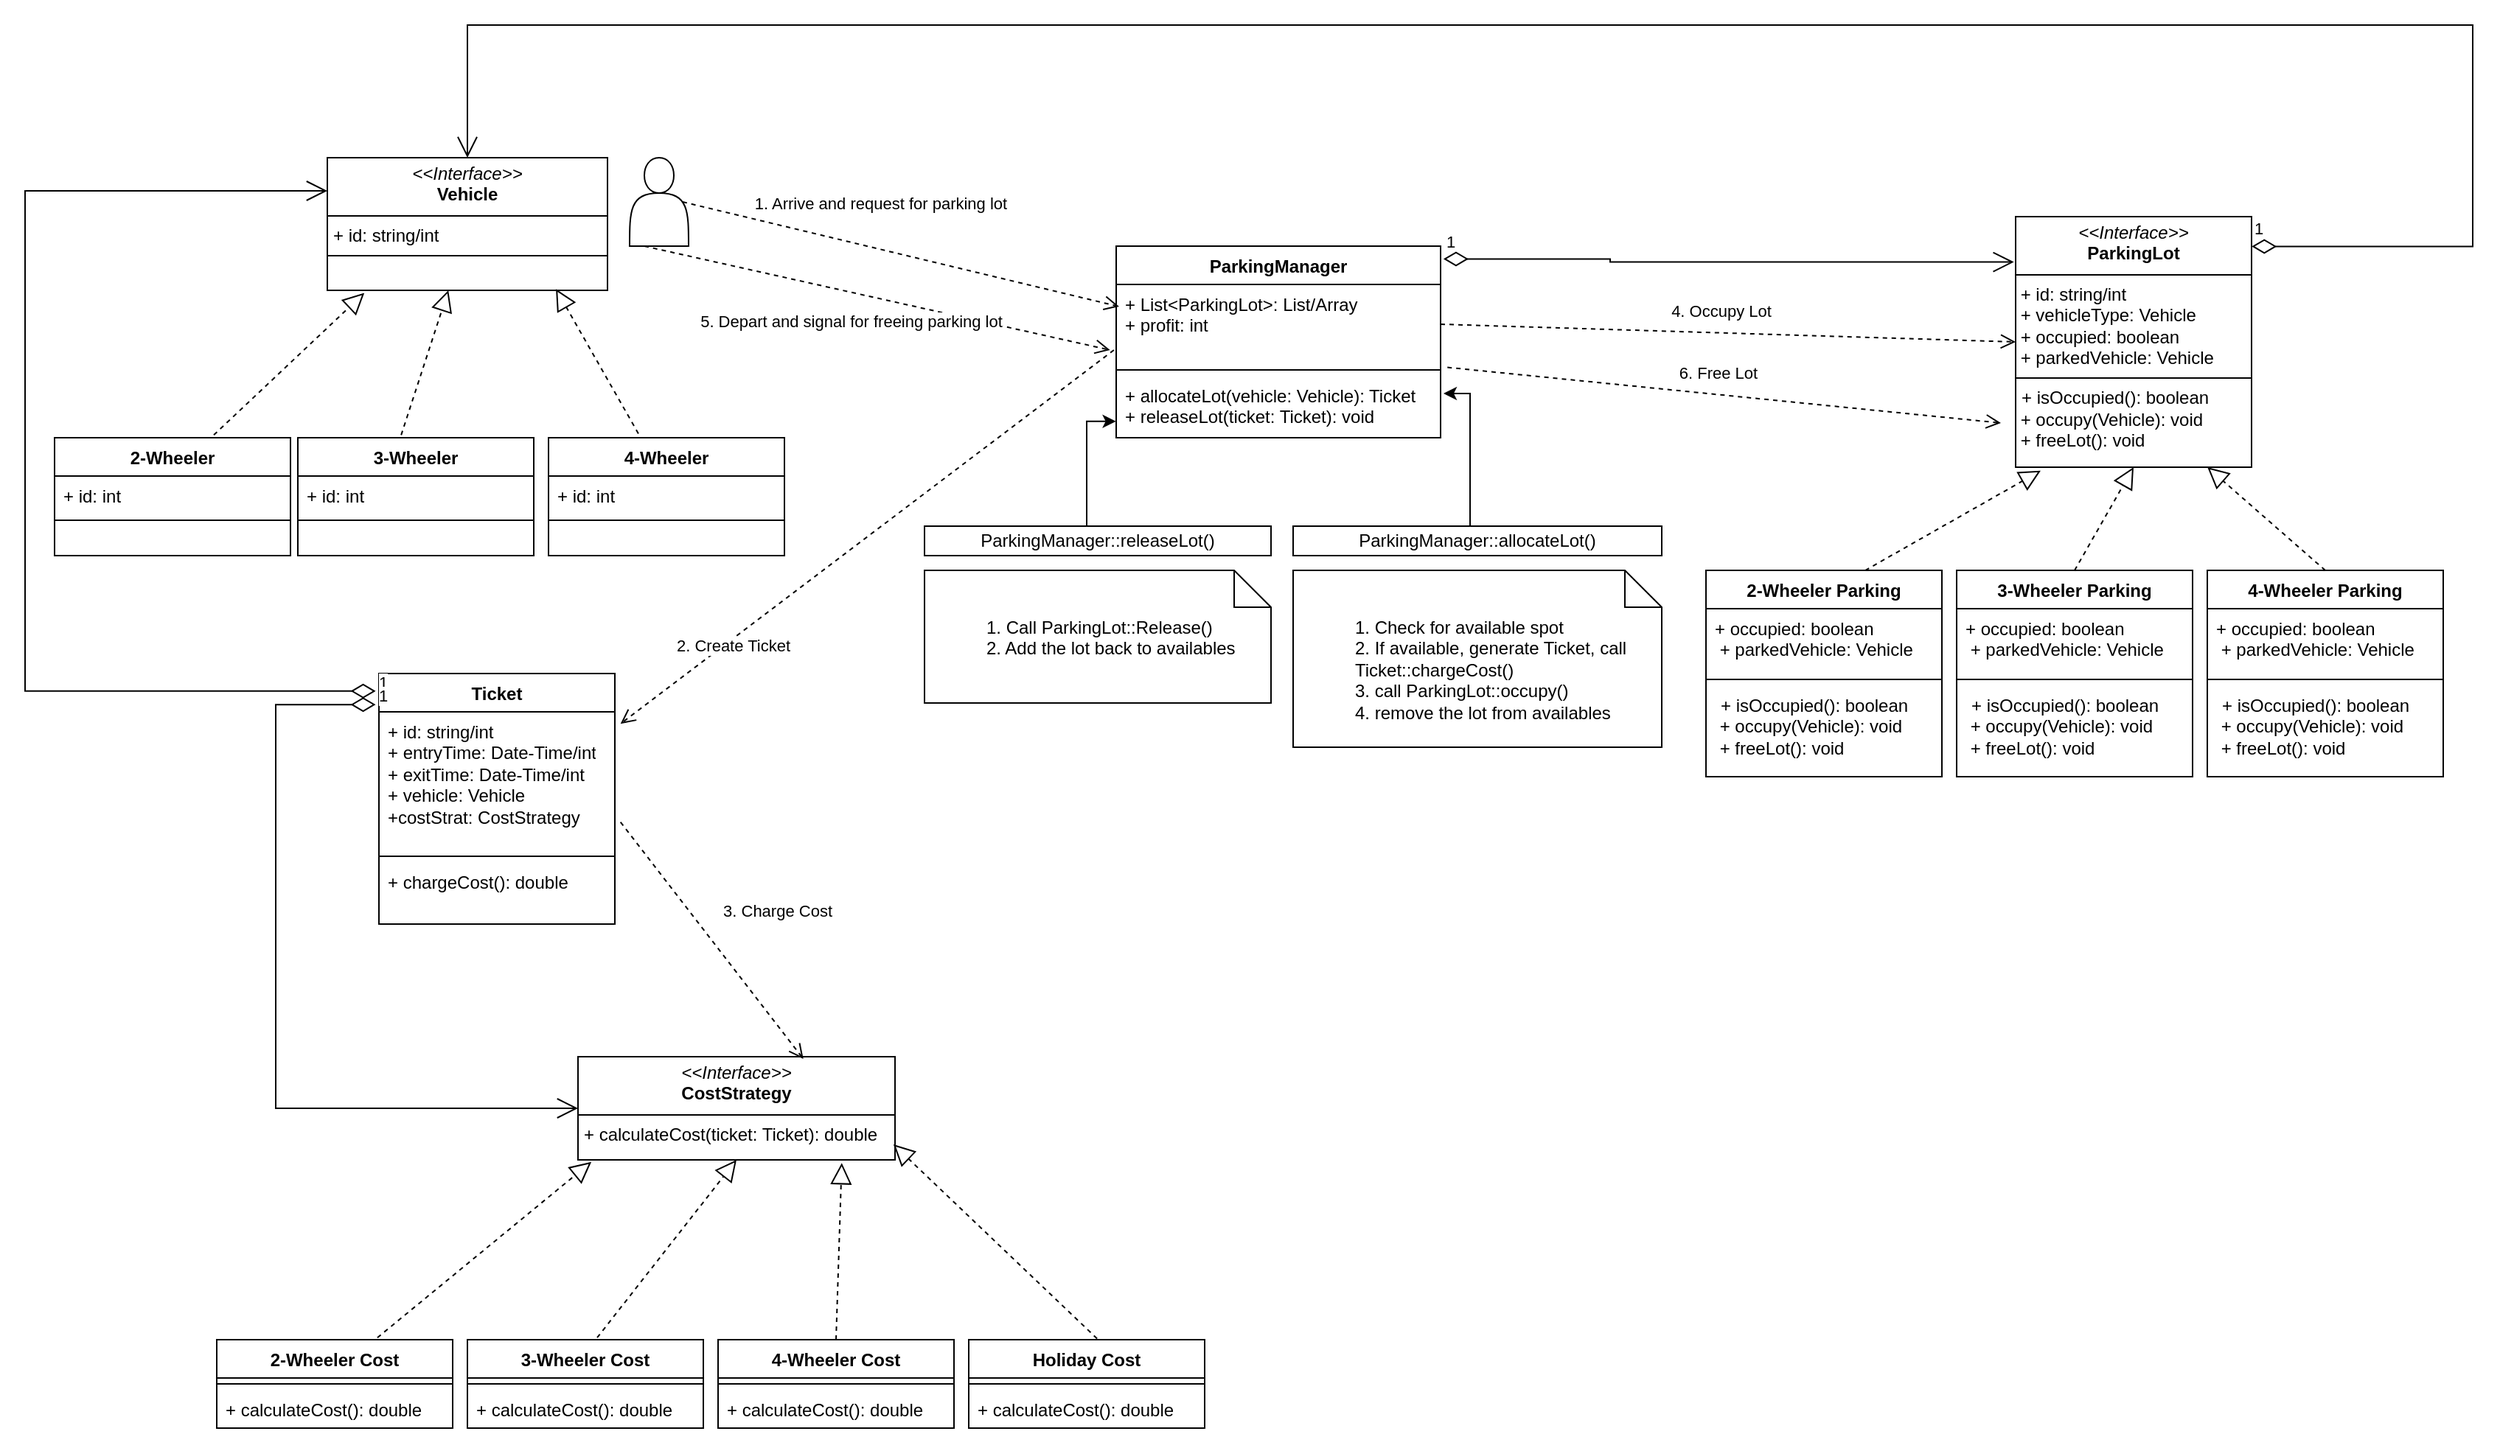
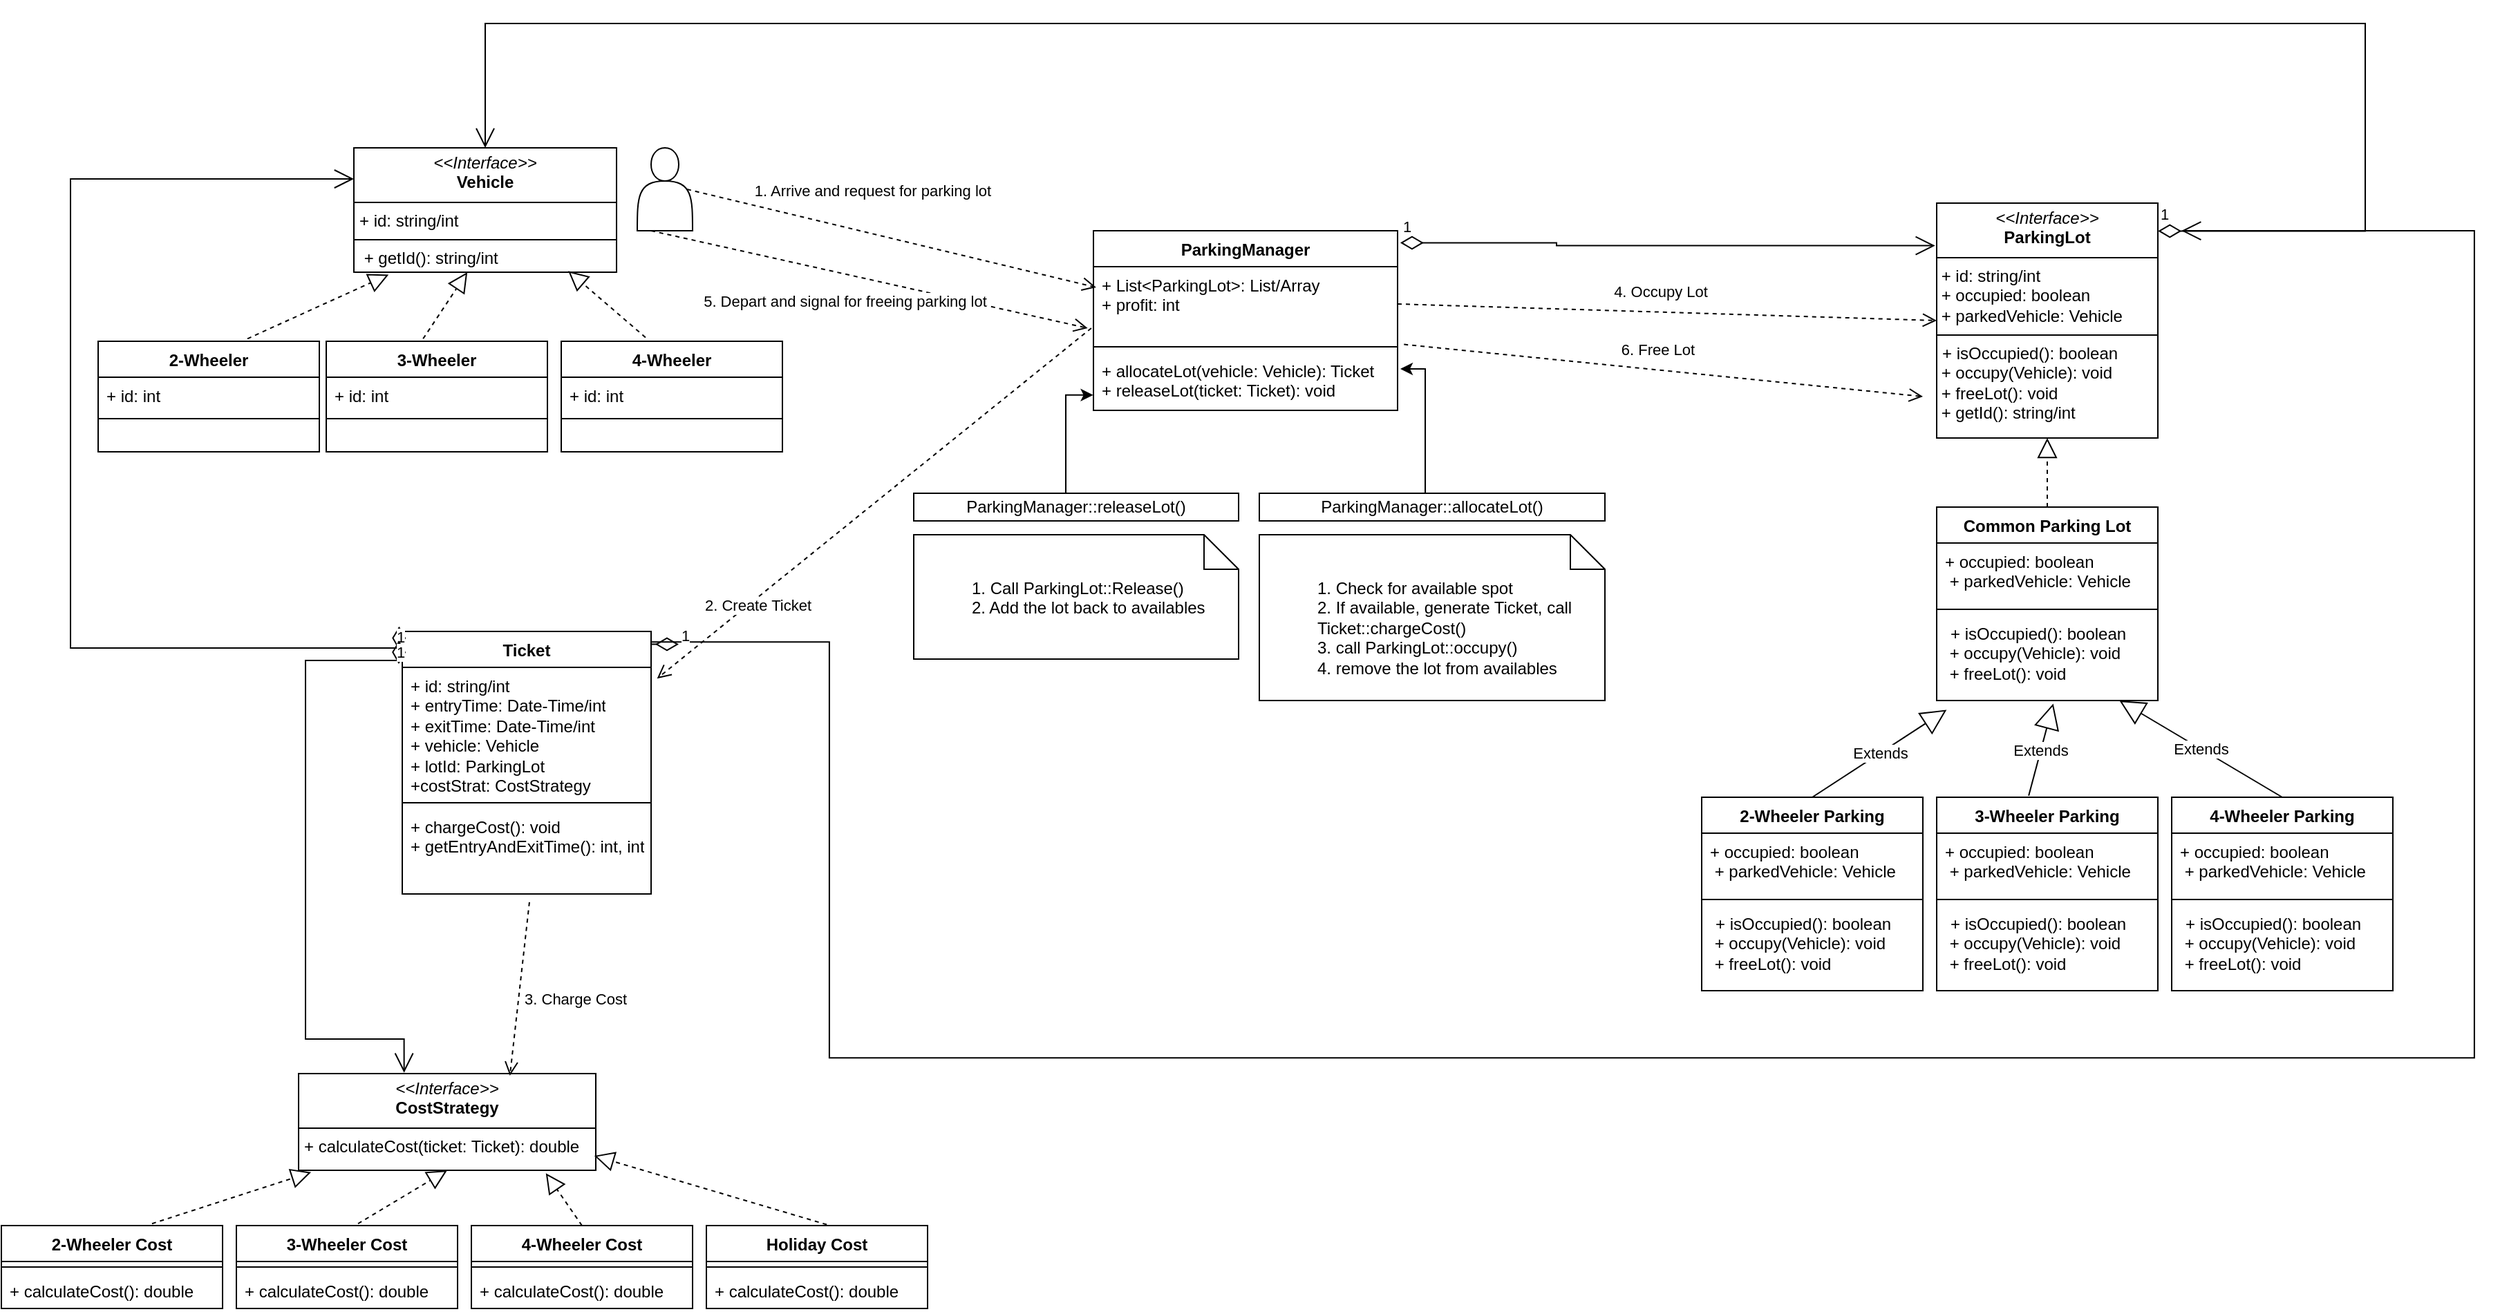
<mxfile host="app.diagrams.net">
  <diagram name="Page-1" id="g5L5pNVNpxwKnNxyoJB_">
-     <mxGraphModel dx="2714" dy="1498" grid="1" gridSize="10" guides="1" tooltips="1" connect="1" arrows="1" fold="1" page="0" pageScale="1" pageWidth="850" pageHeight="1100" math="0" shadow="0">
+     <mxGraphModel dx="2516" dy="1391" grid="1" gridSize="10" guides="1" tooltips="1" connect="1" arrows="1" fold="1" page="0" pageScale="1" pageWidth="850" pageHeight="1100" math="0" shadow="0">
      <root>
        <mxCell id="0" />
        <mxCell id="1" parent="0" />
        <mxCell id="kx-u6qb6rF9cHwR4gxW8-6" parent="1" style="verticalAlign=top;align=left;overflow=fill;html=1;whiteSpace=wrap;" value="&lt;p style=&quot;margin:0px;margin-top:4px;text-align:center;&quot;&gt;&lt;i&gt;&amp;lt;&amp;lt;Interface&amp;gt;&amp;gt;&lt;/i&gt;&lt;br&gt;&lt;b&gt;CostStrategy&lt;/b&gt;&lt;/p&gt;&lt;hr size=&quot;1&quot; style=&quot;border-style:solid;&quot;&gt;&lt;p style=&quot;margin:0px;margin-left:4px;&quot;&gt;+ calculateCost(ticket: Ticket): double&lt;/p&gt;" vertex="1">
-           <mxGeometry height="70" width="215" x="-85" y="570" as="geometry" />
+           <mxGeometry height="70" width="215" x="-295" y="630" as="geometry" />
        </mxCell>
        <mxCell id="kx-u6qb6rF9cHwR4gxW8-7" parent="1" style="swimlane;fontStyle=1;align=center;verticalAlign=top;childLayout=stackLayout;horizontal=1;startSize=26;horizontalStack=0;resizeParent=1;resizeParentMax=0;resizeLast=0;collapsible=1;marginBottom=0;whiteSpace=wrap;html=1;" value="Ticket" vertex="1">
-           <mxGeometry height="170" width="160" x="-220" y="310" as="geometry" />
-         </mxCell>
-         <mxCell id="kx-u6qb6rF9cHwR4gxW8-8" parent="kx-u6qb6rF9cHwR4gxW8-7" style="text;strokeColor=none;fillColor=none;align=left;verticalAlign=top;spacingLeft=4;spacingRight=4;overflow=hidden;rotatable=0;points=[[0,0.5],[1,0.5]];portConstraint=eastwest;whiteSpace=wrap;html=1;" value="&lt;div&gt;+ id: string/int&lt;/div&gt;&lt;div&gt;+ entryTime: Date-Time/int&lt;/div&gt;&lt;div&gt;+ exitTime: Date-Time/int&lt;/div&gt;+ vehicle: Vehicle&lt;div&gt;+costStrat: CostStrategy&lt;/div&gt;" vertex="1">
-           <mxGeometry height="94" width="160" y="26" as="geometry" />
+           <mxGeometry height="190" width="180" x="-220" y="310" as="geometry" />
+         </mxCell>
+         <mxCell id="kx-u6qb6rF9cHwR4gxW8-8" parent="kx-u6qb6rF9cHwR4gxW8-7" style="text;strokeColor=none;fillColor=none;align=left;verticalAlign=top;spacingLeft=4;spacingRight=4;overflow=hidden;rotatable=0;points=[[0,0.5],[1,0.5]];portConstraint=eastwest;whiteSpace=wrap;html=1;" value="&lt;div&gt;+ id: string/int&lt;/div&gt;&lt;div&gt;+ entryTime: Date-Time/int&lt;/div&gt;&lt;div&gt;+ exitTime: Date-Time/int&lt;/div&gt;+ vehicle: Vehicle&lt;div&gt;+ lotId: ParkingLot&lt;br&gt;&lt;div&gt;+costStrat: CostStrategy&lt;/div&gt;&lt;/div&gt;" vertex="1">
+           <mxGeometry height="94" width="180" y="26" as="geometry" />
        </mxCell>
        <mxCell id="kx-u6qb6rF9cHwR4gxW8-9" parent="kx-u6qb6rF9cHwR4gxW8-7" style="line;strokeWidth=1;fillColor=none;align=left;verticalAlign=middle;spacingTop=-1;spacingLeft=3;spacingRight=3;rotatable=0;labelPosition=right;points=[];portConstraint=eastwest;strokeColor=inherit;" value="" vertex="1">
-           <mxGeometry height="8" width="160" y="120" as="geometry" />
-         </mxCell>
-         <mxCell id="kx-u6qb6rF9cHwR4gxW8-10" parent="kx-u6qb6rF9cHwR4gxW8-7" style="text;strokeColor=none;fillColor=none;align=left;verticalAlign=top;spacingLeft=4;spacingRight=4;overflow=hidden;rotatable=0;points=[[0,0.5],[1,0.5]];portConstraint=eastwest;whiteSpace=wrap;html=1;" value="+ chargeCost(): double" vertex="1">
-           <mxGeometry height="42" width="160" y="128" as="geometry" />
+           <mxGeometry height="8" width="180" y="120" as="geometry" />
+         </mxCell>
+         <mxCell id="kx-u6qb6rF9cHwR4gxW8-10" parent="kx-u6qb6rF9cHwR4gxW8-7" style="text;strokeColor=none;fillColor=none;align=left;verticalAlign=top;spacingLeft=4;spacingRight=4;overflow=hidden;rotatable=0;points=[[0,0.5],[1,0.5]];portConstraint=eastwest;whiteSpace=wrap;html=1;" value="+ chargeCost(): void&lt;div&gt;+ getEntryAndExitTime(): int, int&lt;/div&gt;" vertex="1">
+           <mxGeometry height="62" width="180" y="128" as="geometry" />
        </mxCell>
        <mxCell id="kx-u6qb6rF9cHwR4gxW8-11" parent="1" style="swimlane;fontStyle=1;align=center;verticalAlign=top;childLayout=stackLayout;horizontal=1;startSize=26;horizontalStack=0;resizeParent=1;resizeParentMax=0;resizeLast=0;collapsible=1;marginBottom=0;whiteSpace=wrap;html=1;" value="ParkingManager" vertex="1">
          <mxGeometry height="130" width="220" x="280" y="20" as="geometry" />
        </mxCell>
        <mxCell id="kx-u6qb6rF9cHwR4gxW8-12" parent="kx-u6qb6rF9cHwR4gxW8-11" style="text;strokeColor=none;fillColor=none;align=left;verticalAlign=top;spacingLeft=4;spacingRight=4;overflow=hidden;rotatable=0;points=[[0,0.5],[1,0.5]];portConstraint=eastwest;whiteSpace=wrap;html=1;" value="+ List&amp;lt;ParkingLot&amp;gt;: List/Array&lt;div&gt;+ profit: int&lt;/div&gt;" vertex="1">
          <mxGeometry height="54" width="220" y="26" as="geometry" />
        </mxCell>
        <mxCell id="kx-u6qb6rF9cHwR4gxW8-13" parent="kx-u6qb6rF9cHwR4gxW8-11" style="line;strokeWidth=1;fillColor=none;align=left;verticalAlign=middle;spacingTop=-1;spacingLeft=3;spacingRight=3;rotatable=0;labelPosition=right;points=[];portConstraint=eastwest;strokeColor=inherit;" value="" vertex="1">
          <mxGeometry height="8" width="220" y="80" as="geometry" />
        </mxCell>
        <mxCell id="kx-u6qb6rF9cHwR4gxW8-14" parent="kx-u6qb6rF9cHwR4gxW8-11" style="text;strokeColor=none;fillColor=none;align=left;verticalAlign=top;spacingLeft=4;spacingRight=4;overflow=hidden;rotatable=0;points=[[0,0.5],[1,0.5]];portConstraint=eastwest;whiteSpace=wrap;html=1;" value="+ allocateLot(vehicle: Vehicle): Ticket&lt;div&gt;+ releaseLot(ticket: Ticket): void&lt;/div&gt;" vertex="1">
          <mxGeometry height="42" width="220" y="88" as="geometry" />
        </mxCell>
-         <mxCell id="kx-u6qb6rF9cHwR4gxW8-15" parent="1" style="verticalAlign=top;align=left;overflow=fill;html=1;whiteSpace=wrap;" value="&lt;p style=&quot;margin:0px;margin-top:4px;text-align:center;&quot;&gt;&lt;i&gt;&amp;lt;&amp;lt;Interface&amp;gt;&amp;gt;&lt;/i&gt;&lt;br&gt;&lt;b&gt;Vehicle&lt;/b&gt;&lt;/p&gt;&lt;hr size=&quot;1&quot; style=&quot;border-style:solid;&quot;&gt;&lt;p style=&quot;margin:0px;margin-left:4px;&quot;&gt;+ id: string/int&lt;/p&gt;&lt;hr size=&quot;1&quot; style=&quot;border-style:solid;&quot;&gt;&lt;p style=&quot;margin:0px;margin-left:4px;&quot;&gt;&lt;br&gt;&lt;/p&gt;" vertex="1">
+         <mxCell id="kx-u6qb6rF9cHwR4gxW8-15" parent="1" style="verticalAlign=top;align=left;overflow=fill;html=1;whiteSpace=wrap;" value="&lt;p style=&quot;margin:0px;margin-top:4px;text-align:center;&quot;&gt;&lt;i&gt;&amp;lt;&amp;lt;Interface&amp;gt;&amp;gt;&lt;/i&gt;&lt;br&gt;&lt;b&gt;Vehicle&lt;/b&gt;&lt;/p&gt;&lt;hr size=&quot;1&quot; style=&quot;border-style:solid;&quot;&gt;&lt;p style=&quot;margin:0px;margin-left:4px;&quot;&gt;+ id: string/int&lt;/p&gt;&lt;hr size=&quot;1&quot; style=&quot;border-style:solid;&quot;&gt;&lt;p style=&quot;margin:0px;margin-left:4px;&quot;&gt;&amp;nbsp;+ getId(): string/int&lt;/p&gt;" vertex="1">
          <mxGeometry height="90" width="190" x="-255" y="-40" as="geometry" />
        </mxCell>
        <mxCell id="kx-u6qb6rF9cHwR4gxW8-16" parent="1" style="swimlane;fontStyle=1;align=center;verticalAlign=top;childLayout=stackLayout;horizontal=1;startSize=26;horizontalStack=0;resizeParent=1;resizeParentMax=0;resizeLast=0;collapsible=1;marginBottom=0;whiteSpace=wrap;html=1;" value="2-Wheeler" vertex="1">
-           <mxGeometry height="80" width="160" x="-440" y="150" as="geometry" />
+           <mxGeometry height="80" width="160" x="-440" y="100" as="geometry" />
        </mxCell>
        <mxCell id="kx-u6qb6rF9cHwR4gxW8-17" parent="kx-u6qb6rF9cHwR4gxW8-16" style="text;strokeColor=none;fillColor=none;align=left;verticalAlign=top;spacingLeft=4;spacingRight=4;overflow=hidden;rotatable=0;points=[[0,0.5],[1,0.5]];portConstraint=eastwest;whiteSpace=wrap;html=1;" value="+ id: int" vertex="1">
          <mxGeometry height="26" width="160" y="26" as="geometry" />
        </mxCell>
        <mxCell id="kx-u6qb6rF9cHwR4gxW8-18" parent="kx-u6qb6rF9cHwR4gxW8-16" style="line;strokeWidth=1;fillColor=none;align=left;verticalAlign=middle;spacingTop=-1;spacingLeft=3;spacingRight=3;rotatable=0;labelPosition=right;points=[];portConstraint=eastwest;strokeColor=inherit;" value="" vertex="1">
          <mxGeometry height="8" width="160" y="52" as="geometry" />
        </mxCell>
        <mxCell id="kx-u6qb6rF9cHwR4gxW8-19" parent="kx-u6qb6rF9cHwR4gxW8-16" style="text;strokeColor=none;fillColor=none;align=left;verticalAlign=top;spacingLeft=4;spacingRight=4;overflow=hidden;rotatable=0;points=[[0,0.5],[1,0.5]];portConstraint=eastwest;whiteSpace=wrap;html=1;" value="&lt;p style=&quot;margin: 0px 0px 0px 4px;&quot;&gt;&lt;br&gt;&lt;/p&gt;" vertex="1">
          <mxGeometry height="20" width="160" y="60" as="geometry" />
        </mxCell>
        <mxCell id="kx-u6qb6rF9cHwR4gxW8-20" parent="1" style="swimlane;fontStyle=1;align=center;verticalAlign=top;childLayout=stackLayout;horizontal=1;startSize=26;horizontalStack=0;resizeParent=1;resizeParentMax=0;resizeLast=0;collapsible=1;marginBottom=0;whiteSpace=wrap;html=1;" value="3-Wheeler" vertex="1">
-           <mxGeometry height="80" width="160" x="-275" y="150" as="geometry" />
+           <mxGeometry height="80" width="160" x="-275" y="100" as="geometry" />
        </mxCell>
        <mxCell id="kx-u6qb6rF9cHwR4gxW8-21" parent="kx-u6qb6rF9cHwR4gxW8-20" style="text;strokeColor=none;fillColor=none;align=left;verticalAlign=top;spacingLeft=4;spacingRight=4;overflow=hidden;rotatable=0;points=[[0,0.5],[1,0.5]];portConstraint=eastwest;whiteSpace=wrap;html=1;" value="+ id: int" vertex="1">
          <mxGeometry height="26" width="160" y="26" as="geometry" />
        </mxCell>
        <mxCell id="kx-u6qb6rF9cHwR4gxW8-22" parent="kx-u6qb6rF9cHwR4gxW8-20" style="line;strokeWidth=1;fillColor=none;align=left;verticalAlign=middle;spacingTop=-1;spacingLeft=3;spacingRight=3;rotatable=0;labelPosition=right;points=[];portConstraint=eastwest;strokeColor=inherit;" value="" vertex="1">
          <mxGeometry height="8" width="160" y="52" as="geometry" />
        </mxCell>
        <mxCell id="kx-u6qb6rF9cHwR4gxW8-23" parent="kx-u6qb6rF9cHwR4gxW8-20" style="text;strokeColor=none;fillColor=none;align=left;verticalAlign=top;spacingLeft=4;spacingRight=4;overflow=hidden;rotatable=0;points=[[0,0.5],[1,0.5]];portConstraint=eastwest;whiteSpace=wrap;html=1;" value="&lt;p style=&quot;margin: 0px 0px 0px 4px;&quot;&gt;&lt;br&gt;&lt;/p&gt;" vertex="1">
          <mxGeometry height="20" width="160" y="60" as="geometry" />
        </mxCell>
        <mxCell id="kx-u6qb6rF9cHwR4gxW8-24" parent="1" style="swimlane;fontStyle=1;align=center;verticalAlign=top;childLayout=stackLayout;horizontal=1;startSize=26;horizontalStack=0;resizeParent=1;resizeParentMax=0;resizeLast=0;collapsible=1;marginBottom=0;whiteSpace=wrap;html=1;" value="4-Wheeler" vertex="1">
-           <mxGeometry height="80" width="160" x="-105" y="150" as="geometry" />
+           <mxGeometry height="80" width="160" x="-105" y="100" as="geometry" />
        </mxCell>
        <mxCell id="kx-u6qb6rF9cHwR4gxW8-25" parent="kx-u6qb6rF9cHwR4gxW8-24" style="text;strokeColor=none;fillColor=none;align=left;verticalAlign=top;spacingLeft=4;spacingRight=4;overflow=hidden;rotatable=0;points=[[0,0.5],[1,0.5]];portConstraint=eastwest;whiteSpace=wrap;html=1;" value="+ id: int" vertex="1">
          <mxGeometry height="26" width="160" y="26" as="geometry" />
        </mxCell>
        <mxCell id="kx-u6qb6rF9cHwR4gxW8-26" parent="kx-u6qb6rF9cHwR4gxW8-24" style="line;strokeWidth=1;fillColor=none;align=left;verticalAlign=middle;spacingTop=-1;spacingLeft=3;spacingRight=3;rotatable=0;labelPosition=right;points=[];portConstraint=eastwest;strokeColor=inherit;" value="" vertex="1">
          <mxGeometry height="8" width="160" y="52" as="geometry" />
        </mxCell>
        <mxCell id="kx-u6qb6rF9cHwR4gxW8-27" parent="kx-u6qb6rF9cHwR4gxW8-24" style="text;strokeColor=none;fillColor=none;align=left;verticalAlign=top;spacingLeft=4;spacingRight=4;overflow=hidden;rotatable=0;points=[[0,0.5],[1,0.5]];portConstraint=eastwest;whiteSpace=wrap;html=1;" value="&lt;p style=&quot;margin: 0px 0px 0px 4px;&quot;&gt;&lt;br&gt;&lt;/p&gt;" vertex="1">
          <mxGeometry height="20" width="160" y="60" as="geometry" />
        </mxCell>
        <mxCell id="kx-u6qb6rF9cHwR4gxW8-32" parent="1" style="swimlane;fontStyle=1;align=center;verticalAlign=top;childLayout=stackLayout;horizontal=1;startSize=26;horizontalStack=0;resizeParent=1;resizeParentMax=0;resizeLast=0;collapsible=1;marginBottom=0;whiteSpace=wrap;html=1;" value="2-Wheeler Cost" vertex="1">
-           <mxGeometry height="60" width="160" x="-330" y="762" as="geometry" />
+           <mxGeometry height="60" width="160" x="-510" y="740" as="geometry" />
        </mxCell>
        <mxCell id="kx-u6qb6rF9cHwR4gxW8-34" parent="kx-u6qb6rF9cHwR4gxW8-32" style="line;strokeWidth=1;fillColor=none;align=left;verticalAlign=middle;spacingTop=-1;spacingLeft=3;spacingRight=3;rotatable=0;labelPosition=right;points=[];portConstraint=eastwest;strokeColor=inherit;" value="" vertex="1">
          <mxGeometry height="8" width="160" y="26" as="geometry" />
        </mxCell>
        <mxCell id="kx-u6qb6rF9cHwR4gxW8-35" parent="kx-u6qb6rF9cHwR4gxW8-32" style="text;strokeColor=none;fillColor=none;align=left;verticalAlign=top;spacingLeft=4;spacingRight=4;overflow=hidden;rotatable=0;points=[[0,0.5],[1,0.5]];portConstraint=eastwest;whiteSpace=wrap;html=1;" value="+ calculateCost(): double" vertex="1">
          <mxGeometry height="26" width="160" y="34" as="geometry" />
        </mxCell>
        <mxCell id="kx-u6qb6rF9cHwR4gxW8-36" parent="1" style="swimlane;fontStyle=1;align=center;verticalAlign=top;childLayout=stackLayout;horizontal=1;startSize=26;horizontalStack=0;resizeParent=1;resizeParentMax=0;resizeLast=0;collapsible=1;marginBottom=0;whiteSpace=wrap;html=1;" value="3-Wheeler Cost" vertex="1">
-           <mxGeometry height="60" width="160" x="-160" y="762" as="geometry" />
+           <mxGeometry height="60" width="160" x="-340" y="740" as="geometry" />
        </mxCell>
        <mxCell id="kx-u6qb6rF9cHwR4gxW8-38" parent="kx-u6qb6rF9cHwR4gxW8-36" style="line;strokeWidth=1;fillColor=none;align=left;verticalAlign=middle;spacingTop=-1;spacingLeft=3;spacingRight=3;rotatable=0;labelPosition=right;points=[];portConstraint=eastwest;strokeColor=inherit;" value="" vertex="1">
          <mxGeometry height="8" width="160" y="26" as="geometry" />
        </mxCell>
        <mxCell id="kx-u6qb6rF9cHwR4gxW8-39" parent="kx-u6qb6rF9cHwR4gxW8-36" style="text;strokeColor=none;fillColor=none;align=left;verticalAlign=top;spacingLeft=4;spacingRight=4;overflow=hidden;rotatable=0;points=[[0,0.5],[1,0.5]];portConstraint=eastwest;whiteSpace=wrap;html=1;" value="+ calculateCost(): double" vertex="1">
          <mxGeometry height="26" width="160" y="34" as="geometry" />
        </mxCell>
        <mxCell id="kx-u6qb6rF9cHwR4gxW8-40" parent="1" style="swimlane;fontStyle=1;align=center;verticalAlign=top;childLayout=stackLayout;horizontal=1;startSize=26;horizontalStack=0;resizeParent=1;resizeParentMax=0;resizeLast=0;collapsible=1;marginBottom=0;whiteSpace=wrap;html=1;" value="4-Wheeler Cost" vertex="1">
-           <mxGeometry height="60" width="160" x="10" y="762" as="geometry" />
+           <mxGeometry height="60" width="160" x="-170" y="740" as="geometry" />
        </mxCell>
        <mxCell id="kx-u6qb6rF9cHwR4gxW8-42" parent="kx-u6qb6rF9cHwR4gxW8-40" style="line;strokeWidth=1;fillColor=none;align=left;verticalAlign=middle;spacingTop=-1;spacingLeft=3;spacingRight=3;rotatable=0;labelPosition=right;points=[];portConstraint=eastwest;strokeColor=inherit;" value="" vertex="1">
          <mxGeometry height="8" width="160" y="26" as="geometry" />
        </mxCell>
        <mxCell id="kx-u6qb6rF9cHwR4gxW8-43" parent="kx-u6qb6rF9cHwR4gxW8-40" style="text;strokeColor=none;fillColor=none;align=left;verticalAlign=top;spacingLeft=4;spacingRight=4;overflow=hidden;rotatable=0;points=[[0,0.5],[1,0.5]];portConstraint=eastwest;whiteSpace=wrap;html=1;" value="+ calculateCost(): double" vertex="1">
          <mxGeometry height="26" width="160" y="34" as="geometry" />
        </mxCell>
        <mxCell id="kx-u6qb6rF9cHwR4gxW8-47" edge="1" parent="1" source="kx-u6qb6rF9cHwR4gxW8-16" style="endArrow=block;dashed=1;endFill=0;endSize=12;html=1;rounded=0;exitX=0.675;exitY=-0.023;exitDx=0;exitDy=0;exitPerimeter=0;entryX=0.132;entryY=1.02;entryDx=0;entryDy=0;entryPerimeter=0;" target="kx-u6qb6rF9cHwR4gxW8-15" value="">
          <mxGeometry relative="1" width="160" as="geometry">
            <Array as="points" />
            <mxPoint x="-400" y="110" as="sourcePoint" />
            <mxPoint x="-240" y="110" as="targetPoint" />
          </mxGeometry>
        </mxCell>
        <mxCell id="kx-u6qb6rF9cHwR4gxW8-48" edge="1" parent="1" source="kx-u6qb6rF9cHwR4gxW8-20" style="endArrow=block;dashed=1;endFill=0;endSize=12;html=1;rounded=0;exitX=0.438;exitY=-0.023;exitDx=0;exitDy=0;exitPerimeter=0;entryX=0.432;entryY=1;entryDx=0;entryDy=0;entryPerimeter=0;" target="kx-u6qb6rF9cHwR4gxW8-15" value="">
          <mxGeometry relative="1" width="160" as="geometry">
            <Array as="points" />
            <mxPoint x="-260" y="168" as="sourcePoint" />
            <mxPoint x="-193" y="80" as="targetPoint" />
          </mxGeometry>
        </mxCell>
        <mxCell id="kx-u6qb6rF9cHwR4gxW8-49" edge="1" parent="1" source="kx-u6qb6rF9cHwR4gxW8-24" style="endArrow=block;dashed=1;endFill=0;endSize=12;html=1;rounded=0;exitX=0.381;exitY=-0.035;exitDx=0;exitDy=0;exitPerimeter=0;entryX=0.816;entryY=0.99;entryDx=0;entryDy=0;entryPerimeter=0;" target="kx-u6qb6rF9cHwR4gxW8-15" value="">
          <mxGeometry relative="1" width="160" as="geometry">
            <Array as="points" />
            <mxPoint x="-100" y="158" as="sourcePoint" />
            <mxPoint x="-33" y="70" as="targetPoint" />
          </mxGeometry>
        </mxCell>
        <mxCell id="kx-u6qb6rF9cHwR4gxW8-50" edge="1" parent="1" source="kx-u6qb6rF9cHwR4gxW8-32" style="endArrow=block;dashed=1;endFill=0;endSize=12;html=1;rounded=0;exitX=0.681;exitY=-0.023;exitDx=0;exitDy=0;exitPerimeter=0;entryX=0.042;entryY=1.02;entryDx=0;entryDy=0;entryPerimeter=0;" target="kx-u6qb6rF9cHwR4gxW8-6" value="">
          <mxGeometry relative="1" width="160" as="geometry">
            <Array as="points" />
-             <mxPoint x="-117" y="758" as="sourcePoint" />
-             <mxPoint x="-50" y="670" as="targetPoint" />
+             <mxPoint x="-327" y="818" as="sourcePoint" />
+             <mxPoint x="-260" y="730" as="targetPoint" />
          </mxGeometry>
        </mxCell>
        <mxCell id="kx-u6qb6rF9cHwR4gxW8-53" edge="1" parent="1" source="kx-u6qb6rF9cHwR4gxW8-36" style="endArrow=block;dashed=1;endFill=0;endSize=12;html=1;rounded=0;exitX=0.55;exitY=-0.023;exitDx=0;exitDy=0;exitPerimeter=0;entryX=0.5;entryY=1;entryDx=0;entryDy=0;" target="kx-u6qb6rF9cHwR4gxW8-6" value="">
          <mxGeometry relative="1" width="160" as="geometry">
            <Array as="points" />
-             <mxPoint x="-50" y="756" as="sourcePoint" />
-             <mxPoint x="39" y="670" as="targetPoint" />
+             <mxPoint x="-260" y="816" as="sourcePoint" />
+             <mxPoint x="-171" y="730" as="targetPoint" />
          </mxGeometry>
        </mxCell>
        <mxCell id="kx-u6qb6rF9cHwR4gxW8-54" edge="1" parent="1" source="kx-u6qb6rF9cHwR4gxW8-40" style="endArrow=block;dashed=1;endFill=0;endSize=12;html=1;rounded=0;exitX=0.5;exitY=0;exitDx=0;exitDy=0;entryX=0.832;entryY=1.03;entryDx=0;entryDy=0;entryPerimeter=0;" target="kx-u6qb6rF9cHwR4gxW8-6" value="">
          <mxGeometry relative="1" width="160" as="geometry">
            <Array as="points" />
-             <mxPoint x="130" y="768" as="sourcePoint" />
-             <mxPoint x="219" y="682" as="targetPoint" />
+             <mxPoint x="-80" y="828" as="sourcePoint" />
+             <mxPoint x="9" y="742" as="targetPoint" />
          </mxGeometry>
        </mxCell>
        <mxCell id="kx-u6qb6rF9cHwR4gxW8-59" parent="1" style="swimlane;fontStyle=1;align=center;verticalAlign=top;childLayout=stackLayout;horizontal=1;startSize=26;horizontalStack=0;resizeParent=1;resizeParentMax=0;resizeLast=0;collapsible=1;marginBottom=0;whiteSpace=wrap;html=1;" value="Holiday Cost" vertex="1">
-           <mxGeometry height="60" width="160" x="180" y="762" as="geometry" />
+           <mxGeometry height="60" width="160" y="740" as="geometry" />
        </mxCell>
        <mxCell id="kx-u6qb6rF9cHwR4gxW8-61" parent="kx-u6qb6rF9cHwR4gxW8-59" style="line;strokeWidth=1;fillColor=none;align=left;verticalAlign=middle;spacingTop=-1;spacingLeft=3;spacingRight=3;rotatable=0;labelPosition=right;points=[];portConstraint=eastwest;strokeColor=inherit;" value="" vertex="1">
          <mxGeometry height="8" width="160" y="26" as="geometry" />
        </mxCell>
        <mxCell id="kx-u6qb6rF9cHwR4gxW8-62" parent="kx-u6qb6rF9cHwR4gxW8-59" style="text;strokeColor=none;fillColor=none;align=left;verticalAlign=top;spacingLeft=4;spacingRight=4;overflow=hidden;rotatable=0;points=[[0,0.5],[1,0.5]];portConstraint=eastwest;whiteSpace=wrap;html=1;" value="+ calculateCost(): double" vertex="1">
          <mxGeometry height="26" width="160" y="34" as="geometry" />
        </mxCell>
        <mxCell id="kx-u6qb6rF9cHwR4gxW8-63" edge="1" parent="1" source="kx-u6qb6rF9cHwR4gxW8-59" style="endArrow=block;dashed=1;endFill=0;endSize=12;html=1;rounded=0;exitX=0.544;exitY=-0.012;exitDx=0;exitDy=0;entryX=0.995;entryY=0.85;entryDx=0;entryDy=0;entryPerimeter=0;exitPerimeter=0;" target="kx-u6qb6rF9cHwR4gxW8-6" value="">
          <mxGeometry relative="1" width="160" as="geometry">
            <Array as="points" />
-             <mxPoint x="247" y="762" as="sourcePoint" />
-             <mxPoint x="230" y="673" as="targetPoint" />
+             <mxPoint x="37" y="822" as="sourcePoint" />
+             <mxPoint x="20" y="733" as="targetPoint" />
          </mxGeometry>
        </mxCell>
        <mxCell id="kx-u6qb6rF9cHwR4gxW8-66" edge="1" parent="1" source="kx-u6qb6rF9cHwR4gxW8-11" style="endArrow=open;html=1;endSize=12;startArrow=diamondThin;startSize=14;startFill=0;edgeStyle=orthogonalEdgeStyle;align=left;verticalAlign=bottom;rounded=0;exitX=1.009;exitY=0.067;exitDx=0;exitDy=0;exitPerimeter=0;entryX=-0.007;entryY=0.181;entryDx=0;entryDy=0;entryPerimeter=0;" target="yMZ36TwwsAL6xJGiw_rZ-1" value="1">
          <mxGeometry relative="1" x="-1" y="3" as="geometry">
            <Array as="points">
              <mxPoint x="615" y="29" />
              <mxPoint x="615" y="31" />
            </Array>
            <mxPoint x="350" y="400" as="sourcePoint" />
            <mxPoint x="780" y="30" as="targetPoint" />
          </mxGeometry>
        </mxCell>
-         <mxCell id="yMZ36TwwsAL6xJGiw_rZ-1" parent="1" style="verticalAlign=top;align=left;overflow=fill;html=1;whiteSpace=wrap;" value="&lt;p style=&quot;margin:0px;margin-top:4px;text-align:center;&quot;&gt;&lt;i&gt;&amp;lt;&amp;lt;Interface&amp;gt;&amp;gt;&lt;/i&gt;&lt;br&gt;&lt;span style=&quot;font-weight: 700;&quot;&gt;ParkingLot&lt;/span&gt;&lt;/p&gt;&lt;hr size=&quot;1&quot; style=&quot;border-style:solid;&quot;&gt;&amp;nbsp;+ id: string/int&lt;div&gt;&amp;nbsp;+ vehicleType: Vehicle&lt;br&gt;&lt;div&gt;&lt;span style=&quot;background-color: transparent; color: light-dark(rgb(0, 0, 0), rgb(255, 255, 255));&quot;&gt;&amp;nbsp;+ occupied: boolean&lt;/span&gt;&lt;/div&gt;&lt;div&gt;&amp;nbsp;+ parkedVehicle: Vehicle&lt;/div&gt;&lt;hr size=&quot;1&quot; style=&quot;border-style:solid;&quot;&gt;&lt;p style=&quot;margin:0px;margin-left:4px;&quot;&gt;+ isOccupied(): boolean&lt;/p&gt;&lt;div&gt;&amp;nbsp;+ occupy(Vehicle): void&lt;br&gt;&lt;div&gt;&amp;nbsp;+ freeLot(): void&lt;/div&gt;&lt;/div&gt;&lt;/div&gt;" vertex="1">
+         <mxCell id="yMZ36TwwsAL6xJGiw_rZ-1" parent="1" style="verticalAlign=top;align=left;overflow=fill;html=1;whiteSpace=wrap;" value="&lt;p style=&quot;margin:0px;margin-top:4px;text-align:center;&quot;&gt;&lt;i&gt;&amp;lt;&amp;lt;Interface&amp;gt;&amp;gt;&lt;/i&gt;&lt;br&gt;&lt;span style=&quot;font-weight: 700;&quot;&gt;ParkingLot&lt;/span&gt;&lt;/p&gt;&lt;hr size=&quot;1&quot; style=&quot;border-style:solid;&quot;&gt;&amp;nbsp;+ id: string/int&lt;div&gt;&lt;div&gt;&lt;span style=&quot;background-color: transparent; color: light-dark(rgb(0, 0, 0), rgb(255, 255, 255));&quot;&gt;&amp;nbsp;+ occupied: boolean&lt;/span&gt;&lt;/div&gt;&lt;div&gt;&amp;nbsp;+ parkedVehicle: Vehicle&lt;/div&gt;&lt;hr size=&quot;1&quot; style=&quot;border-style:solid;&quot;&gt;&lt;p style=&quot;margin:0px;margin-left:4px;&quot;&gt;+ isOccupied(): boolean&lt;/p&gt;&lt;div&gt;&amp;nbsp;+ occupy(Vehicle): void&lt;br&gt;&lt;div&gt;&amp;nbsp;+ freeLot(): void&lt;/div&gt;&lt;/div&gt;&lt;/div&gt;&lt;div&gt;&amp;nbsp;+ getId(): string/int&lt;/div&gt;" vertex="1">
          <mxGeometry height="170" width="160" x="890" as="geometry" />
        </mxCell>
        <mxCell id="yMZ36TwwsAL6xJGiw_rZ-3" parent="1" style="swimlane;fontStyle=1;align=center;verticalAlign=top;childLayout=stackLayout;horizontal=1;startSize=26;horizontalStack=0;resizeParent=1;resizeParentMax=0;resizeLast=0;collapsible=1;marginBottom=0;whiteSpace=wrap;html=1;" value="2-Wheeler Parking" vertex="1">
-           <mxGeometry height="140" width="160" x="680" y="240" as="geometry" />
+           <mxGeometry height="140" width="160" x="720" y="430" as="geometry" />
        </mxCell>
        <mxCell id="yMZ36TwwsAL6xJGiw_rZ-4" parent="yMZ36TwwsAL6xJGiw_rZ-3" style="text;strokeColor=none;fillColor=none;align=left;verticalAlign=top;spacingLeft=4;spacingRight=4;overflow=hidden;rotatable=0;points=[[0,0.5],[1,0.5]];portConstraint=eastwest;whiteSpace=wrap;html=1;" value="&lt;div&gt;&lt;span style=&quot;background-color: transparent; color: light-dark(rgb(0, 0, 0), rgb(255, 255, 255));&quot;&gt;+ occupied: boolean&lt;/span&gt;&lt;/div&gt;&lt;div&gt;&amp;nbsp;+ parkedVehicle: Vehicle&lt;/div&gt;" vertex="1">
          <mxGeometry height="44" width="160" y="26" as="geometry" />
        </mxCell>
        <mxCell id="yMZ36TwwsAL6xJGiw_rZ-5" parent="yMZ36TwwsAL6xJGiw_rZ-3" style="line;strokeWidth=1;fillColor=none;align=left;verticalAlign=middle;spacingTop=-1;spacingLeft=3;spacingRight=3;rotatable=0;labelPosition=right;points=[];portConstraint=eastwest;strokeColor=inherit;" value="" vertex="1">
          <mxGeometry height="8" width="160" y="70" as="geometry" />
        </mxCell>
        <mxCell id="yMZ36TwwsAL6xJGiw_rZ-6" parent="yMZ36TwwsAL6xJGiw_rZ-3" style="text;strokeColor=none;fillColor=none;align=left;verticalAlign=top;spacingLeft=4;spacingRight=4;overflow=hidden;rotatable=0;points=[[0,0.5],[1,0.5]];portConstraint=eastwest;whiteSpace=wrap;html=1;" value="&lt;p style=&quot;margin: 0px 0px 0px 4px;&quot;&gt;+ isOccupied(): boolean&lt;/p&gt;&lt;div&gt;&amp;nbsp;+ occupy(Vehicle): void&lt;br&gt;&lt;div&gt;&amp;nbsp;+ freeLot(): void&lt;/div&gt;&lt;/div&gt;" vertex="1">
          <mxGeometry height="62" width="160" y="78" as="geometry" />
        </mxCell>
        <mxCell id="yMZ36TwwsAL6xJGiw_rZ-7" parent="1" style="swimlane;fontStyle=1;align=center;verticalAlign=top;childLayout=stackLayout;horizontal=1;startSize=26;horizontalStack=0;resizeParent=1;resizeParentMax=0;resizeLast=0;collapsible=1;marginBottom=0;whiteSpace=wrap;html=1;" value="3-Wheeler Parking" vertex="1">
-           <mxGeometry height="140" width="160" x="850" y="240" as="geometry" />
+           <mxGeometry height="140" width="160" x="890" y="430" as="geometry" />
        </mxCell>
        <mxCell id="yMZ36TwwsAL6xJGiw_rZ-8" parent="yMZ36TwwsAL6xJGiw_rZ-7" style="text;strokeColor=none;fillColor=none;align=left;verticalAlign=top;spacingLeft=4;spacingRight=4;overflow=hidden;rotatable=0;points=[[0,0.5],[1,0.5]];portConstraint=eastwest;whiteSpace=wrap;html=1;" value="&lt;div&gt;&lt;span style=&quot;background-color: transparent; color: light-dark(rgb(0, 0, 0), rgb(255, 255, 255));&quot;&gt;+ occupied: boolean&lt;/span&gt;&lt;/div&gt;&lt;div&gt;&amp;nbsp;+ parkedVehicle: Vehicle&lt;/div&gt;" vertex="1">
          <mxGeometry height="44" width="160" y="26" as="geometry" />
        </mxCell>
        <mxCell id="yMZ36TwwsAL6xJGiw_rZ-9" parent="yMZ36TwwsAL6xJGiw_rZ-7" style="line;strokeWidth=1;fillColor=none;align=left;verticalAlign=middle;spacingTop=-1;spacingLeft=3;spacingRight=3;rotatable=0;labelPosition=right;points=[];portConstraint=eastwest;strokeColor=inherit;" value="" vertex="1">
          <mxGeometry height="8" width="160" y="70" as="geometry" />
        </mxCell>
        <mxCell id="yMZ36TwwsAL6xJGiw_rZ-10" parent="yMZ36TwwsAL6xJGiw_rZ-7" style="text;strokeColor=none;fillColor=none;align=left;verticalAlign=top;spacingLeft=4;spacingRight=4;overflow=hidden;rotatable=0;points=[[0,0.5],[1,0.5]];portConstraint=eastwest;whiteSpace=wrap;html=1;" value="&lt;p style=&quot;margin: 0px 0px 0px 4px;&quot;&gt;+ isOccupied(): boolean&lt;/p&gt;&lt;div&gt;&amp;nbsp;+ occupy(Vehicle): void&lt;br&gt;&lt;div&gt;&amp;nbsp;+ freeLot(): void&lt;/div&gt;&lt;/div&gt;" vertex="1">
          <mxGeometry height="62" width="160" y="78" as="geometry" />
        </mxCell>
        <mxCell id="yMZ36TwwsAL6xJGiw_rZ-11" parent="1" style="swimlane;fontStyle=1;align=center;verticalAlign=top;childLayout=stackLayout;horizontal=1;startSize=26;horizontalStack=0;resizeParent=1;resizeParentMax=0;resizeLast=0;collapsible=1;marginBottom=0;whiteSpace=wrap;html=1;" value="4-Wheeler Parking" vertex="1">
-           <mxGeometry height="140" width="160" x="1020" y="240" as="geometry" />
+           <mxGeometry height="140" width="160" x="1060" y="430" as="geometry" />
        </mxCell>
        <mxCell id="yMZ36TwwsAL6xJGiw_rZ-12" parent="yMZ36TwwsAL6xJGiw_rZ-11" style="text;strokeColor=none;fillColor=none;align=left;verticalAlign=top;spacingLeft=4;spacingRight=4;overflow=hidden;rotatable=0;points=[[0,0.5],[1,0.5]];portConstraint=eastwest;whiteSpace=wrap;html=1;" value="&lt;div&gt;&lt;span style=&quot;background-color: transparent; color: light-dark(rgb(0, 0, 0), rgb(255, 255, 255));&quot;&gt;+ occupied: boolean&lt;/span&gt;&lt;/div&gt;&lt;div&gt;&amp;nbsp;+ parkedVehicle: Vehicle&lt;/div&gt;" vertex="1">
          <mxGeometry height="44" width="160" y="26" as="geometry" />
        </mxCell>
        <mxCell id="yMZ36TwwsAL6xJGiw_rZ-13" parent="yMZ36TwwsAL6xJGiw_rZ-11" style="line;strokeWidth=1;fillColor=none;align=left;verticalAlign=middle;spacingTop=-1;spacingLeft=3;spacingRight=3;rotatable=0;labelPosition=right;points=[];portConstraint=eastwest;strokeColor=inherit;" value="" vertex="1">
          <mxGeometry height="8" width="160" y="70" as="geometry" />
        </mxCell>
        <mxCell id="yMZ36TwwsAL6xJGiw_rZ-14" parent="yMZ36TwwsAL6xJGiw_rZ-11" style="text;strokeColor=none;fillColor=none;align=left;verticalAlign=top;spacingLeft=4;spacingRight=4;overflow=hidden;rotatable=0;points=[[0,0.5],[1,0.5]];portConstraint=eastwest;whiteSpace=wrap;html=1;" value="&lt;p style=&quot;margin: 0px 0px 0px 4px;&quot;&gt;+ isOccupied(): boolean&lt;/p&gt;&lt;div&gt;&amp;nbsp;+ occupy(Vehicle): void&lt;br&gt;&lt;div&gt;&amp;nbsp;+ freeLot(): void&lt;/div&gt;&lt;/div&gt;" vertex="1">
          <mxGeometry height="62" width="160" y="78" as="geometry" />
-         </mxCell>
-         <mxCell id="yMZ36TwwsAL6xJGiw_rZ-15" edge="1" parent="1" source="yMZ36TwwsAL6xJGiw_rZ-3" style="endArrow=block;dashed=1;endFill=0;endSize=12;html=1;rounded=0;exitX=0.675;exitY=0;exitDx=0;exitDy=0;exitPerimeter=0;entryX=0.106;entryY=1.014;entryDx=0;entryDy=0;entryPerimeter=0;" target="yMZ36TwwsAL6xJGiw_rZ-1" value="">
-           <mxGeometry relative="1" width="160" as="geometry">
-             <Array as="points" />
-             <mxPoint x="703" y="216" as="sourcePoint" />
-             <mxPoint x="770" y="140" as="targetPoint" />
-           </mxGeometry>
-         </mxCell>
-         <mxCell id="yMZ36TwwsAL6xJGiw_rZ-16" edge="1" parent="1" source="yMZ36TwwsAL6xJGiw_rZ-7" style="endArrow=block;dashed=1;endFill=0;endSize=12;html=1;rounded=0;exitX=0.5;exitY=0;exitDx=0;exitDy=0;entryX=0.5;entryY=1;entryDx=0;entryDy=0;" target="yMZ36TwwsAL6xJGiw_rZ-1" value="">
-           <mxGeometry relative="1" width="160" as="geometry">
-             <Array as="points" />
-             <mxPoint x="810" y="236" as="sourcePoint" />
-             <mxPoint x="877" y="160" as="targetPoint" />
-           </mxGeometry>
-         </mxCell>
-         <mxCell id="yMZ36TwwsAL6xJGiw_rZ-17" edge="1" parent="1" source="yMZ36TwwsAL6xJGiw_rZ-11" style="endArrow=block;dashed=1;endFill=0;endSize=12;html=1;rounded=0;exitX=0.5;exitY=0;exitDx=0;exitDy=0;entryX=0.813;entryY=1;entryDx=0;entryDy=0;entryPerimeter=0;" target="yMZ36TwwsAL6xJGiw_rZ-1" value="">
-           <mxGeometry relative="1" width="160" as="geometry">
-             <Array as="points" />
-             <mxPoint x="860" y="248" as="sourcePoint" />
-             <mxPoint x="850" y="180" as="targetPoint" />
-           </mxGeometry>
        </mxCell>
        <mxCell id="N6c4yOwksYi9WNafRoQw-7" parent="1" style="shape=actor;whiteSpace=wrap;html=1;" value="" vertex="1">
          <mxGeometry height="60" width="40" x="-50" y="-40" as="geometry" />
        </mxCell>
        <mxCell id="N6c4yOwksYi9WNafRoQw-8" edge="1" parent="1" source="N6c4yOwksYi9WNafRoQw-7" style="html=1;verticalAlign=bottom;endArrow=open;dashed=1;endSize=8;curved=0;rounded=0;exitX=0.9;exitY=0.5;exitDx=0;exitDy=0;exitPerimeter=0;entryX=0.009;entryY=0.278;entryDx=0;entryDy=0;entryPerimeter=0;" target="kx-u6qb6rF9cHwR4gxW8-12" value="1. Arrive and request for parking lot">
          <mxGeometry relative="1" x="-0.1285" y="22" as="geometry">
            <mxPoint as="offset" />
            <mxPoint x="450" y="400" as="sourcePoint" />
            <mxPoint x="330" y="60" as="targetPoint" />
          </mxGeometry>
        </mxCell>
        <mxCell id="N6c4yOwksYi9WNafRoQw-9" edge="1" parent="1" source="yMZ36TwwsAL6xJGiw_rZ-1" style="endArrow=open;html=1;endSize=12;startArrow=diamondThin;startSize=14;startFill=0;edgeStyle=orthogonalEdgeStyle;align=left;verticalAlign=bottom;rounded=0;exitX=1.001;exitY=0.119;exitDx=0;exitDy=0;exitPerimeter=0;entryX=0.5;entryY=0;entryDx=0;entryDy=0;" target="kx-u6qb6rF9cHwR4gxW8-15" value="1">
          <mxGeometry relative="1" x="-1" y="3" as="geometry">
            <Array as="points">
              <mxPoint x="1200" y="20" />
              <mxPoint x="1200" y="-130" />
              <mxPoint x="-160" y="-130" />
            </Array>
            <mxPoint x="410" y="240" as="sourcePoint" />
            <mxPoint x="860" y="480" as="targetPoint" />
          </mxGeometry>
        </mxCell>
        <mxCell id="N6c4yOwksYi9WNafRoQw-10" parent="1" style="shape=note2;boundedLbl=1;whiteSpace=wrap;html=1;size=25;verticalAlign=top;align=left;" value="&lt;blockquote style=&quot;margin: 0px 0px 0px 40px; border-width: medium; border-style: none; border-color: currentcolor; border-image: initial; padding: 0px;&quot;&gt;1. Check for available spot&lt;div&gt;2. If available, generate Ticket, call Ticket::chargeCost()&lt;/div&gt;&lt;div&gt;3. call ParkingLot::occupy()&lt;/div&gt;&lt;div&gt;4. remove the lot from availables&lt;/div&gt;&lt;div&gt;&amp;nbsp;&lt;/div&gt;&lt;/blockquote&gt;" vertex="1">
          <mxGeometry height="120" width="250" x="400" y="240" as="geometry" />
        </mxCell>
        <mxCell id="N6c4yOwksYi9WNafRoQw-14" parent="1" style="rounded=0;whiteSpace=wrap;html=1;" value="ParkingManager::allocateLot()" vertex="1">
          <mxGeometry height="20" width="250" x="400" y="210" as="geometry" />
        </mxCell>
        <mxCell id="N6c4yOwksYi9WNafRoQw-15" edge="1" parent="1" source="N6c4yOwksYi9WNafRoQw-14" style="edgeStyle=orthogonalEdgeStyle;rounded=0;orthogonalLoop=1;jettySize=auto;html=1;">
          <mxGeometry relative="1" as="geometry">
            <Array as="points">
              <mxPoint x="520" y="120" />
            </Array>
            <mxPoint x="502" y="120" as="targetPoint" />
          </mxGeometry>
        </mxCell>
        <mxCell id="N6c4yOwksYi9WNafRoQw-16" parent="1" style="shape=note2;boundedLbl=1;whiteSpace=wrap;html=1;size=25;verticalAlign=top;align=left;" value="&lt;blockquote style=&quot;margin: 0px 0px 0px 40px; border-width: medium; border-style: none; border-color: currentcolor; border-image: initial; padding: 0px;&quot;&gt;1. Call ParkingLot::Release()&lt;/blockquote&gt;&lt;blockquote style=&quot;margin: 0px 0px 0px 40px; border-width: medium; border-style: none; border-color: currentcolor; border-image: initial; padding: 0px;&quot;&gt;2. Add the lot back to availables&lt;br&gt;&lt;div&gt;&amp;nbsp;&lt;/div&gt;&lt;/blockquote&gt;" vertex="1">
          <mxGeometry height="90" width="235" x="150" y="240" as="geometry" />
        </mxCell>
        <mxCell id="N6c4yOwksYi9WNafRoQw-17" parent="1" style="rounded=0;whiteSpace=wrap;html=1;" value="ParkingManager::releaseLot()" vertex="1">
          <mxGeometry height="20" width="235" x="150" y="210" as="geometry" />
        </mxCell>
        <mxCell id="N6c4yOwksYi9WNafRoQw-18" edge="1" parent="1" source="N6c4yOwksYi9WNafRoQw-17" style="edgeStyle=orthogonalEdgeStyle;rounded=0;orthogonalLoop=1;jettySize=auto;html=1;entryX=-0.001;entryY=0.735;entryDx=0;entryDy=0;entryPerimeter=0;" target="kx-u6qb6rF9cHwR4gxW8-14">
          <mxGeometry relative="1" as="geometry">
            <Array as="points">
              <mxPoint x="260" y="139" />
            </Array>
          </mxGeometry>
        </mxCell>
        <mxCell id="N6c4yOwksYi9WNafRoQw-19" edge="1" parent="1" source="kx-u6qb6rF9cHwR4gxW8-7" style="endArrow=open;html=1;endSize=12;startArrow=diamondThin;startSize=14;startFill=0;edgeStyle=orthogonalEdgeStyle;align=left;verticalAlign=bottom;rounded=0;exitX=-0.014;exitY=0.07;exitDx=0;exitDy=0;exitPerimeter=0;entryX=0;entryY=0.25;entryDx=0;entryDy=0;" target="kx-u6qb6rF9cHwR4gxW8-15" value="1">
          <mxGeometry relative="1" x="-1" y="3" as="geometry">
            <Array as="points">
              <mxPoint x="-460" y="322" />
              <mxPoint x="-460" y="-18" />
            </Array>
            <mxPoint x="-520" y="60" as="sourcePoint" />
            <mxPoint x="-350" y="60" as="targetPoint" />
          </mxGeometry>
        </mxCell>
        <mxCell id="N6c4yOwksYi9WNafRoQw-20" edge="1" parent="1" source="kx-u6qb6rF9cHwR4gxW8-12" style="html=1;verticalAlign=bottom;endArrow=open;dashed=1;endSize=8;curved=0;rounded=0;exitX=-0.007;exitY=0.824;exitDx=0;exitDy=0;exitPerimeter=0;entryX=1.024;entryY=0.086;entryDx=0;entryDy=0;entryPerimeter=0;" target="kx-u6qb6rF9cHwR4gxW8-8" value="2. Create Ticket">
          <mxGeometry relative="1" x="0.584" y="11" as="geometry">
            <mxPoint as="offset" />
            <mxPoint x="160" y="20" as="sourcePoint" />
            <mxPoint x="456" y="91" as="targetPoint" />
          </mxGeometry>
        </mxCell>
        <mxCell id="N6c4yOwksYi9WNafRoQw-21" edge="1" parent="1" source="kx-u6qb6rF9cHwR4gxW8-12" style="html=1;verticalAlign=bottom;endArrow=open;dashed=1;endSize=8;curved=0;rounded=0;exitX=1;exitY=0.5;exitDx=0;exitDy=0;entryX=0;entryY=0.5;entryDx=0;entryDy=0;" target="yMZ36TwwsAL6xJGiw_rZ-1" value="4. Occupy Lot">
          <mxGeometry relative="1" x="-0.0266" y="6" as="geometry">
            <mxPoint as="offset" />
            <mxPoint x="504" y="160" as="sourcePoint" />
            <mxPoint x="170" y="414" as="targetPoint" />
          </mxGeometry>
        </mxCell>
-         <mxCell id="N6c4yOwksYi9WNafRoQw-23" edge="1" parent="1" source="kx-u6qb6rF9cHwR4gxW8-7" style="endArrow=open;html=1;endSize=12;startArrow=diamondThin;startSize=14;startFill=0;edgeStyle=orthogonalEdgeStyle;align=left;verticalAlign=bottom;rounded=0;exitX=-0.014;exitY=0.124;exitDx=0;exitDy=0;exitPerimeter=0;entryX=0;entryY=0.5;entryDx=0;entryDy=0;" target="kx-u6qb6rF9cHwR4gxW8-6" value="1">
+         <mxCell id="N6c4yOwksYi9WNafRoQw-23" edge="1" parent="1" source="kx-u6qb6rF9cHwR4gxW8-7" style="endArrow=open;html=1;endSize=12;startArrow=diamondThin;startSize=14;startFill=0;edgeStyle=orthogonalEdgeStyle;align=left;verticalAlign=bottom;rounded=0;exitX=-0.014;exitY=0.124;exitDx=0;exitDy=0;exitPerimeter=0;entryX=0.355;entryY=-0.009;entryDx=0;entryDy=0;entryPerimeter=0;" target="kx-u6qb6rF9cHwR4gxW8-6" value="1">
          <mxGeometry relative="1" x="-1" y="3" as="geometry">
            <Array as="points">
              <mxPoint x="-290" y="331" />
              <mxPoint x="-290" y="605" />
+               <mxPoint x="-219" y="605" />
            </Array>
            <mxPoint x="340" y="380" as="sourcePoint" />
            <mxPoint x="500" y="380" as="targetPoint" />
          </mxGeometry>
        </mxCell>
-         <mxCell id="N6c4yOwksYi9WNafRoQw-24" edge="1" parent="1" source="kx-u6qb6rF9cHwR4gxW8-8" style="html=1;verticalAlign=bottom;endArrow=open;dashed=1;endSize=8;curved=0;rounded=0;exitX=1.024;exitY=0.796;exitDx=0;exitDy=0;entryX=0.711;entryY=0.022;entryDx=0;entryDy=0;exitPerimeter=0;entryPerimeter=0;" target="kx-u6qb6rF9cHwR4gxW8-6" value="3. Charge Cost">
+         <mxCell id="N6c4yOwksYi9WNafRoQw-24" edge="1" parent="1" source="kx-u6qb6rF9cHwR4gxW8-10" style="html=1;verticalAlign=bottom;endArrow=open;dashed=1;endSize=8;curved=0;rounded=0;exitX=0.511;exitY=1.095;exitDx=0;exitDy=0;entryX=0.711;entryY=0.022;entryDx=0;entryDy=0;exitPerimeter=0;entryPerimeter=0;" target="kx-u6qb6rF9cHwR4gxW8-6" value="3. Charge Cost">
          <mxGeometry relative="1" x="0.1785" y="42" as="geometry">
            <mxPoint as="offset" />
            <mxPoint x="730" y="70" as="sourcePoint" />
            <mxPoint x="1120" y="82" as="targetPoint" />
          </mxGeometry>
        </mxCell>
        <mxCell id="N6c4yOwksYi9WNafRoQw-25" edge="1" parent="1" source="N6c4yOwksYi9WNafRoQw-7" style="html=1;verticalAlign=bottom;endArrow=open;dashed=1;endSize=8;curved=0;rounded=0;exitX=0.25;exitY=1;exitDx=0;exitDy=0;entryX=-0.019;entryY=0.824;entryDx=0;entryDy=0;entryPerimeter=0;" target="kx-u6qb6rF9cHwR4gxW8-12" value="5. Depart and signal for freeing parking lot">
          <mxGeometry relative="1" x="-0.0747" y="-28" as="geometry">
            <mxPoint as="offset" />
            <mxPoint x="-40" y="30" as="sourcePoint" />
            <mxPoint x="256" y="101" as="targetPoint" />
          </mxGeometry>
        </mxCell>
        <mxCell id="N6c4yOwksYi9WNafRoQw-26" edge="1" parent="1" source="kx-u6qb6rF9cHwR4gxW8-12" style="html=1;verticalAlign=bottom;endArrow=open;dashed=1;endSize=8;curved=0;rounded=0;exitX=1.021;exitY=1.042;exitDx=0;exitDy=0;exitPerimeter=0;" value="6. Free Lot">
          <mxGeometry relative="1" x="-0.0266" y="6" as="geometry">
            <mxPoint as="offset" />
            <mxPoint x="670" y="80" as="sourcePoint" />
            <mxPoint x="880" y="140" as="targetPoint" />
+           </mxGeometry>
+         </mxCell>
+         <mxCell id="8jxckwln0hl2mCxpKYl5-1" edge="1" parent="1" style="endArrow=open;html=1;endSize=12;startArrow=diamondThin;startSize=14;startFill=0;edgeStyle=orthogonalEdgeStyle;align=left;verticalAlign=bottom;rounded=0;exitX=1.007;exitY=0.109;exitDx=0;exitDy=0;exitPerimeter=0;entryX=0.99;entryY=0.185;entryDx=0;entryDy=0;entryPerimeter=0;" value="1">
+           <mxGeometry relative="1" x="-1" y="3" as="geometry">
+             <Array as="points">
+               <mxPoint x="-40.04" y="319.6" />
+               <mxPoint x="-40.04" y="317.6" />
+               <mxPoint x="88.96" y="317.6" />
+               <mxPoint x="88.96" y="618.6" />
+               <mxPoint x="1278.96" y="618.6" />
+               <mxPoint x="1278.96" y="19.6" />
+             </Array>
+             <mxPoint x="-20.040000000000237" y="319.27000000000004" as="sourcePoint" />
+             <mxPoint x="1067.1000000000001" y="20.010000000000048" as="targetPoint" />
+           </mxGeometry>
+         </mxCell>
+         <mxCell id="8jxckwln0hl2mCxpKYl5-6" parent="1" style="swimlane;fontStyle=1;align=center;verticalAlign=top;childLayout=stackLayout;horizontal=1;startSize=26;horizontalStack=0;resizeParent=1;resizeParentMax=0;resizeLast=0;collapsible=1;marginBottom=0;whiteSpace=wrap;html=1;" value="Common Parking Lot" vertex="1">
+           <mxGeometry height="140" width="160" x="890" y="220" as="geometry" />
+         </mxCell>
+         <mxCell id="8jxckwln0hl2mCxpKYl5-7" parent="8jxckwln0hl2mCxpKYl5-6" style="text;strokeColor=none;fillColor=none;align=left;verticalAlign=top;spacingLeft=4;spacingRight=4;overflow=hidden;rotatable=0;points=[[0,0.5],[1,0.5]];portConstraint=eastwest;whiteSpace=wrap;html=1;" value="&lt;div&gt;&lt;span style=&quot;background-color: transparent; color: light-dark(rgb(0, 0, 0), rgb(255, 255, 255));&quot;&gt;+ occupied: boolean&lt;/span&gt;&lt;/div&gt;&lt;div&gt;&amp;nbsp;+ parkedVehicle: Vehicle&lt;/div&gt;" vertex="1">
+           <mxGeometry height="44" width="160" y="26" as="geometry" />
+         </mxCell>
+         <mxCell id="8jxckwln0hl2mCxpKYl5-8" parent="8jxckwln0hl2mCxpKYl5-6" style="line;strokeWidth=1;fillColor=none;align=left;verticalAlign=middle;spacingTop=-1;spacingLeft=3;spacingRight=3;rotatable=0;labelPosition=right;points=[];portConstraint=eastwest;strokeColor=inherit;" value="" vertex="1">
+           <mxGeometry height="8" width="160" y="70" as="geometry" />
+         </mxCell>
+         <mxCell id="8jxckwln0hl2mCxpKYl5-9" parent="8jxckwln0hl2mCxpKYl5-6" style="text;strokeColor=none;fillColor=none;align=left;verticalAlign=top;spacingLeft=4;spacingRight=4;overflow=hidden;rotatable=0;points=[[0,0.5],[1,0.5]];portConstraint=eastwest;whiteSpace=wrap;html=1;" value="&lt;p style=&quot;margin: 0px 0px 0px 4px;&quot;&gt;+ isOccupied(): boolean&lt;/p&gt;&lt;div&gt;&amp;nbsp;+ occupy(Vehicle): void&lt;br&gt;&lt;div&gt;&amp;nbsp;+ freeLot(): void&lt;/div&gt;&lt;/div&gt;" vertex="1">
+           <mxGeometry height="62" width="160" y="78" as="geometry" />
+         </mxCell>
+         <mxCell id="8jxckwln0hl2mCxpKYl5-10" edge="1" parent="1" source="8jxckwln0hl2mCxpKYl5-6" style="endArrow=block;dashed=1;endFill=0;endSize=12;html=1;rounded=0;exitX=0.5;exitY=0;exitDx=0;exitDy=0;entryX=0.5;entryY=1;entryDx=0;entryDy=0;" target="yMZ36TwwsAL6xJGiw_rZ-1" value="">
+           <mxGeometry relative="1" width="160" as="geometry">
+             <Array as="points" />
+             <mxPoint x="1292" y="340" as="sourcePoint" />
+             <mxPoint x="1190" y="280" as="targetPoint" />
+           </mxGeometry>
+         </mxCell>
+         <mxCell id="8jxckwln0hl2mCxpKYl5-11" edge="1" parent="1" source="yMZ36TwwsAL6xJGiw_rZ-3" style="endArrow=block;endSize=16;endFill=0;html=1;rounded=0;entryX=0.045;entryY=1.108;entryDx=0;entryDy=0;entryPerimeter=0;exitX=0.5;exitY=0;exitDx=0;exitDy=0;" target="8jxckwln0hl2mCxpKYl5-9" value="Extends">
+           <mxGeometry relative="1" width="160" as="geometry">
+             <mxPoint x="300" y="380" as="sourcePoint" />
+             <mxPoint x="460" y="380" as="targetPoint" />
+           </mxGeometry>
+         </mxCell>
+         <mxCell id="8jxckwln0hl2mCxpKYl5-12" edge="1" parent="1" source="yMZ36TwwsAL6xJGiw_rZ-7" style="endArrow=block;endSize=16;endFill=0;html=1;rounded=0;entryX=0.527;entryY=1.036;entryDx=0;entryDy=0;entryPerimeter=0;exitX=0.416;exitY=-0.008;exitDx=0;exitDy=0;exitPerimeter=0;" target="8jxckwln0hl2mCxpKYl5-9" value="Extends">
+           <mxGeometry relative="1" width="160" as="geometry">
+             <mxPoint x="870" y="433" as="sourcePoint" />
+             <mxPoint x="967" y="370" as="targetPoint" />
+           </mxGeometry>
+         </mxCell>
+         <mxCell id="8jxckwln0hl2mCxpKYl5-13" edge="1" parent="1" source="yMZ36TwwsAL6xJGiw_rZ-11" style="endArrow=block;endSize=16;endFill=0;html=1;rounded=0;exitX=0.5;exitY=0;exitDx=0;exitDy=0;" target="8jxckwln0hl2mCxpKYl5-9" value="Extends">
+           <mxGeometry relative="1" width="160" as="geometry">
+             <mxPoint x="1140" y="417" as="sourcePoint" />
+             <mxPoint x="1157" y="350" as="targetPoint" />
          </mxGeometry>
        </mxCell>
      </root>
    </mxGraphModel>
  </diagram>
</mxfile>
